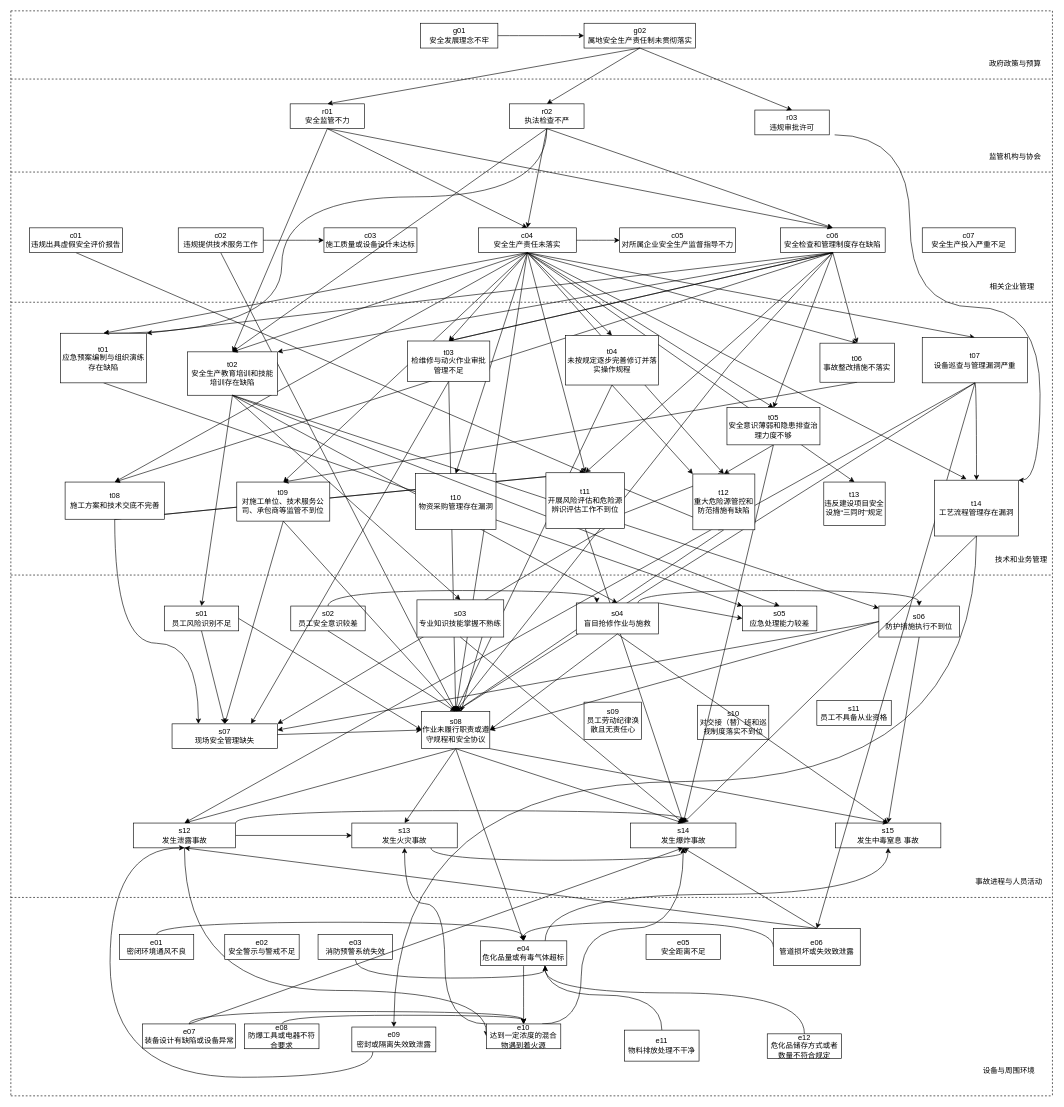
This is 剔除次数少于5.drawio from fangjiarong/docs, a draw.io file, before an edit. Source tidied: cells renumbered, new cells numbered last; positions are measured from the earlier drawing's top-left corner, leaving out a move shared by most shapes. Both pictures are drawn from the tidied source at 62%, with x=0, y=0 at pixel (11, 11).
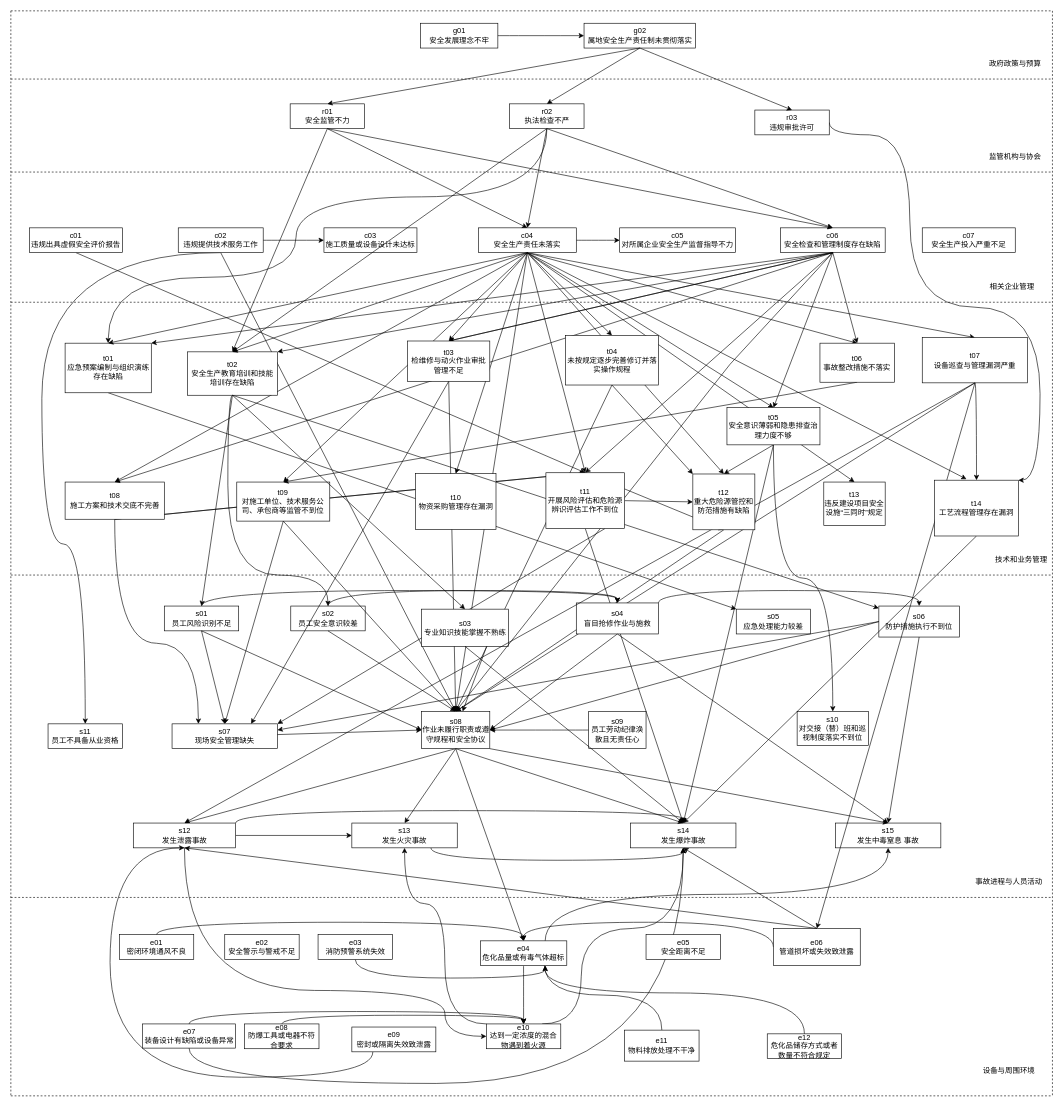
The same page after the edit.

Commit message (it also covers changes not shown here):
更新剔除次数少于5.drawio

Unchanged cells that the change refers to:
```xml
<mxCell id="23" value="r02&lt;br&gt;执法检查不严" style="rounded=0;whiteSpace=wrap;html=1;" parent="1" vertex="1">
  <mxGeometry x="804.5" y="150" width="120" height="40" as="geometry" />
</mxCell>
<mxCell id="27" value="c02&lt;br&gt;违规提供技术服务工作" style="rounded=0;whiteSpace=wrap;html=1;" parent="1" vertex="1">
  <mxGeometry x="270" y="350" width="137" height="40" as="geometry" />
</mxCell>
<mxCell id="36" value="t02&lt;br&gt;安全生产教育培训和技能培训存在缺陷" style="rounded=0;whiteSpace=wrap;html=1;" parent="1" vertex="1">
  <mxGeometry x="284.8" y="550" width="145.2" height="70" as="geometry" />
</mxCell>
<mxCell id="41" value="s04&lt;br&gt;盲目抢修作业与施救" style="rounded=0;whiteSpace=wrap;html=1;" parent="1" vertex="1">
  <mxGeometry x="912" y="955" width="132.5" height="50" as="geometry" />
</mxCell>
<mxCell id="44" value="s08&lt;br&gt;作业未履行职责或遵守规程和安全协议" style="rounded=0;whiteSpace=wrap;html=1;" parent="1" vertex="1">
  <mxGeometry x="662.5" y="1130" width="110" height="60" as="geometry" />
</mxCell>
<mxCell id="46" value="s01&lt;br&gt;员工风险识别不足" style="rounded=0;whiteSpace=wrap;html=1;" parent="1" vertex="1">
  <mxGeometry x="247.5" y="960" width="120" height="40" as="geometry" />
</mxCell>
<mxCell id="48" value="s02&lt;br&gt;员工安全意识较差" style="rounded=0;whiteSpace=wrap;html=1;" parent="1" vertex="1">
  <mxGeometry x="451.5" y="960" width="120" height="40" as="geometry" />
</mxCell>
<mxCell id="57" value="s06&lt;br&gt;防护措施执行不到位" style="rounded=0;whiteSpace=wrap;html=1;" parent="1" vertex="1">
  <mxGeometry x="1400" y="960" width="130" height="50" as="geometry" />
</mxCell>
<mxCell id="62" value="r03&lt;br&gt;违规审批许可" style="rounded=0;whiteSpace=wrap;html=1;" parent="1" vertex="1">
  <mxGeometry x="1200" y="160" width="120" height="40" as="geometry" />
</mxCell>
<mxCell id="69" value="s12&lt;br&gt;发生泄露事故" style="rounded=0;whiteSpace=wrap;html=1;" parent="1" vertex="1">
  <mxGeometry x="197.5" y="1310" width="165" height="40" as="geometry" />
</mxCell>
<mxCell id="72" value="s14&lt;br&gt;发生爆炸事故" style="rounded=0;whiteSpace=wrap;html=1;" parent="1" vertex="1">
  <mxGeometry x="999.5" y="1310" width="170" height="40" as="geometry" />
</mxCell>
<mxCell id="73" value="s15&lt;br&gt;发生中毒窒息 事故" style="rounded=0;whiteSpace=wrap;html=1;" parent="1" vertex="1">
  <mxGeometry x="1330" y="1310" width="170" height="40" as="geometry" />
</mxCell>
<mxCell id="75" value="e09&lt;br&gt;密封或隔离失效致泄露" style="rounded=0;whiteSpace=wrap;html=1;" parent="1" vertex="1">
  <mxGeometry x="550" y="1639" width="135.5" height="40" as="geometry" />
</mxCell>
<mxCell id="77" value="e07&lt;br&gt;装备设计有缺陷或设备异常" style="rounded=0;whiteSpace=wrap;html=1;" parent="1" vertex="1">
  <mxGeometry x="212.5" y="1634" width="150" height="39" as="geometry" />
</mxCell>
<mxCell id="86" value="e10&lt;br&gt;达到一定浓度的混合物遇到着火源" style="rounded=0;whiteSpace=wrap;html=1;" parent="1" vertex="1">
  <mxGeometry x="767" y="1634" width="120" height="40" as="geometry" />
</mxCell>
<mxCell id="163" value="t12&lt;br&gt;重大危险源管控和防范措施有缺陷" style="rounded=0;whiteSpace=wrap;html=1;" parent="1" vertex="1">
  <mxGeometry x="1100" y="747" width="100" height="90" as="geometry" />
</mxCell>
<mxCell id="167" value="t05&lt;br&gt;安全意识薄弱和隐患排查治理力度不够" style="rounded=0;whiteSpace=wrap;html=1;" parent="1" vertex="1">
  <mxGeometry x="1155" y="640" width="150" height="60" as="geometry" />
</mxCell>
<mxCell id="169" value="t14&lt;br&gt;工艺流程管理存在漏洞" style="rounded=0;whiteSpace=wrap;html=1;" parent="1" vertex="1">
  <mxGeometry x="1490" y="757" width="135" height="90" as="geometry" />
</mxCell>
<mxCell id="170" value="t11&lt;br&gt;开展风险评估和危险源辨识评估工作不到位" style="rounded=0;whiteSpace=wrap;html=1;" parent="1" vertex="1">
  <mxGeometry x="863" y="745" width="127" height="90" as="geometry" />
</mxCell>
```

Diff of the diagram source:
```diff
@@
+    <mxCell id="151" style="endArrow=classic;html=1;rounded=0;exitX=0.5;exitY=1;exitDx=0;exitDy=0;entryX=0.5;entryY=0;entryDx=0;entryDy=0;" parent="1" edge="1" source="167" target="72">
+      <mxGeometry relative="1" as="geometry" />
+    </mxCell>
+    <mxCell id="109" style="endArrow=classic;html=1;rounded=0;exitX=0.5;exitY=1;exitDx=0;exitDy=0;entryX=0.5;entryY=0;entryDx=0;entryDy=0;" parent="1" edge="1" source="41" target="73">
+      <mxGeometry relative="1" as="geometry" />
+    </mxCell>
@@
-    <mxCell id="9" style="endArrow=classic;html=1;rounded=0;exitX=0.5;exitY=1;exitDx=0;exitDy=0;entryX=0.5;entryY=0;entryDx=0;entryDy=0;" parent="1" edge="1" source="36" target="41">
-      <mxGeometry relative="1" as="geometry" />
-    </mxCell>
@@
     <mxCell id="22" style="edgeStyle=orthogonalEdgeStyle;curved=1;rounded=0;jettySize=auto;html=1;exitX=0.5;exitY=1;exitDx=0;exitDy=0;entryX=0.5;entryY=0;entryDx=0;entryDy=0;" parent="1" edge="1" source="23" target="35">
       <mxGeometry relative="1" as="geometry">
         <Array as="points">
           <mxPoint x="865" y="300" />
-          <mxPoint x="437" y="300" />
+          <mxPoint x="460" y="300" />
+          <mxPoint x="460" y="430" />
+          <mxPoint x="157" y="430" />
         </Array>
       </mxGeometry>
     </mxCell>
@@
+    <mxCell id="177" style="edgeStyle=orthogonalEdgeStyle;curved=1;rounded=0;jettySize=auto;html=1;exitX=0.5;exitY=1;exitDx=0;exitDy=0;entryX=0.5;entryY=0;entryDx=0;entryDy=0;" parent="1" edge="1" source="27" target="65">
+      <mxGeometry relative="1" as="geometry">
+        <Array as="points">
+          <mxPoint x="50" y="390" />
+          <mxPoint x="50" y="860" />
+          <mxPoint x="120" y="860" />
+        </Array>
+      </mxGeometry>
+    </mxCell>
@@
     <mxCell id="35" value="t01&lt;br&gt;应急预案编制与组织演练存在缺陷" style="rounded=0;whiteSpace=wrap;html=1;" parent="1" vertex="1">
-      <mxGeometry x="80" y="520" width="139" height="80" as="geometry" />
+      <mxGeometry x="87.5" y="536" width="139" height="80" as="geometry" />
     </mxCell>
+    <mxCell id="178" style="edgeStyle=orthogonalEdgeStyle;curved=1;rounded=0;jettySize=auto;html=1;exitX=0.5;exitY=1;exitDx=0;exitDy=0;entryX=0.5;entryY=0;entryDx=0;entryDy=0;" parent="1" edge="1" source="36" target="48">
+      <mxGeometry relative="1" as="geometry">
+        <Array as="points">
+          <mxPoint x="350" y="620" />
+          <mxPoint x="350" y="910" />
+          <mxPoint x="511" y="910" />
+        </Array>
+      </mxGeometry>
+    </mxCell>
@@
-    <mxCell id="40" style="edgeStyle=orthogonalEdgeStyle;curved=1;rounded=0;jettySize=auto;html=1;exitX=0.75;exitY=0;exitDx=0;exitDy=0;entryX=0.5;entryY=0;entryDx=0;entryDy=0;" parent="1" edge="1" source="41" target="57">
+    <mxCell id="40" style="edgeStyle=orthogonalEdgeStyle;curved=1;rounded=0;jettySize=auto;html=1;exitX=1;exitY=0;exitDx=0;exitDy=0;entryX=0.5;entryY=0;entryDx=0;entryDy=0;" parent="1" edge="1" source="41" target="57">
       <mxGeometry relative="1" as="geometry" />
     </mxCell>
@@
     <mxCell id="45" value="s05&lt;br&gt;应急处理能力较差" style="rounded=0;whiteSpace=wrap;html=1;" parent="1" vertex="1">
-      <mxGeometry x="1180" y="960" width="120" height="40" as="geometry" />
+      <mxGeometry x="1170" y="965" width="120" height="40" as="geometry" />
     </mxCell>
+    <mxCell id="179" style="edgeStyle=orthogonalEdgeStyle;curved=1;rounded=0;jettySize=auto;html=1;exitX=0.5;exitY=0;exitDx=0;exitDy=0;entryX=0.5;entryY=0;entryDx=0;entryDy=0;" parent="1" edge="1" source="46" target="41">
+      <mxGeometry relative="1" as="geometry" />
+    </mxCell>
@@
-    <mxCell id="47" style="edgeStyle=orthogonalEdgeStyle;curved=1;rounded=0;jettySize=auto;html=1;exitX=0.5;exitY=0;exitDx=0;exitDy=0;entryX=0.25;entryY=0;entryDx=0;entryDy=0;" parent="1" edge="1" source="48" target="41">
+    <mxCell id="47" style="edgeStyle=orthogonalEdgeStyle;curved=1;rounded=0;jettySize=auto;html=1;exitX=0.5;exitY=0;exitDx=0;exitDy=0;entryX=0.5;entryY=0;entryDx=0;entryDy=0;" parent="1" edge="1" source="48" target="41">
       <mxGeometry relative="1" as="geometry" />
     </mxCell>
@@
+    <mxCell id="180" style="edgeStyle=orthogonalEdgeStyle;curved=1;rounded=0;jettySize=auto;html=1;exitX=0;exitY=0.5;exitDx=0;exitDy=0;entryX=1;entryY=0.5;entryDx=0;entryDy=0;" parent="1" edge="1" source="49" target="44">
+      <mxGeometry relative="1" as="geometry" />
+    </mxCell>
     <mxCell id="49" value="s09&lt;br&gt;员工劳动纪律涣散且无责任心" style="rounded=0;whiteSpace=wrap;html=1;" parent="1" vertex="1">
-      <mxGeometry x="924.5" y="1115" width="92.5" height="60" as="geometry" />
+      <mxGeometry x="932" y="1130" width="92.5" height="60" as="geometry" />
     </mxCell>
     <mxCell id="50" value="s03&lt;br&gt;专业知识技能掌握不熟练" style="rounded=0;whiteSpace=wrap;html=1;" parent="1" vertex="1">
-      <mxGeometry x="655" y="950" width="140" height="60" as="geometry" />
+      <mxGeometry x="662.5" y="965" width="140" height="60" as="geometry" />
     </mxCell>
@@
     <mxCell id="56" value="s10&lt;br&gt;对交接（替）班和巡视制度落实不到位" style="rounded=0;whiteSpace=wrap;html=1;" parent="1" vertex="1">
-      <mxGeometry x="1107.5" y="1120" width="115" height="55" as="geometry" />
+      <mxGeometry x="1268.2" y="1130" width="115" height="55" as="geometry" />
     </mxCell>
@@
-    <mxCell id="61" style="edgeStyle=orthogonalEdgeStyle;curved=1;rounded=0;jettySize=auto;html=1;exitX=0.5;exitY=1;exitDx=0;exitDy=0;entryX=1;entryY=0;entryDx=0;entryDy=0;" parent="1" edge="1" target="169">
+    <mxCell id="61" style="edgeStyle=orthogonalEdgeStyle;curved=1;rounded=0;jettySize=auto;html=1;exitX=1;exitY=0.5;exitDx=0;exitDy=0;entryX=1;entryY=0;entryDx=0;entryDy=0;" parent="1" edge="1" source="62" target="169">
       <mxGeometry relative="1" as="geometry">
-        <mxPoint x="1328.7" y="200" as="sourcePoint" />
         <Array as="points">
+          <mxPoint x="1320" y="200" />
           <mxPoint x="1450" y="200" />
           <mxPoint x="1450" y="478" />
           <mxPoint x="1660" y="478" />
           <mxPoint x="1660" y="757" />
         </Array>
       </mxGeometry>
     </mxCell>
@@
     <mxCell id="65" value="s11&lt;br&gt;员工不具备从业资格" style="rounded=0;whiteSpace=wrap;html=1;" parent="1" vertex="1">
-      <mxGeometry x="1300" y="1112.5" width="120" height="40" as="geometry" />
+      <mxGeometry x="60" y="1150" width="120" height="40" as="geometry" />
     </mxCell>
     <mxCell id="66" style="edgeStyle=orthogonalEdgeStyle;curved=1;rounded=0;jettySize=auto;html=1;exitX=0.5;exitY=1;exitDx=0;exitDy=0;entryX=0;entryY=0.5;entryDx=0;entryDy=0;" parent="1" edge="1" source="69" target="86">
       <mxGeometry relative="1" as="geometry">
         <Array as="points">
           <mxPoint x="280" y="1580" />
-          <mxPoint x="767" y="1580" />
+          <mxPoint x="700" y="1580" />
+          <mxPoint x="700" y="1654" />
         </Array>
       </mxGeometry>
     </mxCell>
@@
+    <mxCell id="130" style="edgeStyle=orthogonalEdgeStyle;curved=1;rounded=0;jettySize=auto;html=1;exitX=0.5;exitY=1;exitDx=0;exitDy=0;entryX=0.5;entryY=1;entryDx=0;entryDy=0;" parent="1" edge="1" source="77" target="72">
+      <mxGeometry relative="1" as="geometry">
+        <Array as="points">
+          <mxPoint x="287" y="1730" />
+          <mxPoint x="1085" y="1730" />
+        </Array>
+      </mxGeometry>
+    </mxCell>
@@
-    <mxCell id="95" style="edgeStyle=orthogonalEdgeStyle;curved=1;rounded=0;jettySize=auto;html=1;exitX=0.5;exitY=1;exitDx=0;exitDy=0;entryX=0.5;entryY=0;entryDx=0;entryDy=0;" parent="1" edge="1" source="169" target="75">
-      <mxGeometry relative="1" as="geometry" />
-    </mxCell>
@@
-    <mxCell id="109" style="endArrow=classic;html=1;rounded=0;exitX=0.5;exitY=1;exitDx=0;exitDy=0;entryX=0.5;entryY=0;entryDx=0;entryDy=0;" parent="1" edge="1" source="41" target="73">
-      <mxGeometry relative="1" as="geometry" />
-    </mxCell>
@@
-    <mxCell id="118" style="endArrow=classic;html=1;rounded=0;exitX=1;exitY=0.5;exitDx=0;exitDy=0;entryX=0;entryY=0.5;entryDx=0;entryDy=0;" parent="1" edge="1" source="46" target="44">
+    <mxCell id="118" style="endArrow=classic;html=1;rounded=0;exitX=0.5;exitY=1;exitDx=0;exitDy=0;entryX=0;entryY=0.5;entryDx=0;entryDy=0;" parent="1" edge="1" source="46" target="44">
       <mxGeometry relative="1" as="geometry" />
     </mxCell>
@@
-    <mxCell id="126" style="endArrow=classic;html=1;rounded=0;exitX=0.5;exitY=1;exitDx=0;exitDy=0;entryX=0.5;entryY=0;entryDx=0;entryDy=0;" parent="1" edge="1" source="36" target="45">
-      <mxGeometry relative="1" as="geometry" />
-    </mxCell>
@@
-    <mxCell id="130" style="endArrow=classic;html=1;rounded=0;exitX=0.5;exitY=0;exitDx=0;exitDy=0;entryX=0.5;entryY=1;entryDx=0;entryDy=0;" parent="1" edge="1" source="77" target="72">
-      <mxGeometry relative="1" as="geometry" />
-    </mxCell>
@@
-    <mxCell id="151" style="endArrow=classic;html=1;rounded=0;exitX=0.5;exitY=1;exitDx=0;exitDy=0;entryX=0.5;entryY=0;entryDx=0;entryDy=0;" parent="1" edge="1" source="167" target="72">
-      <mxGeometry relative="1" as="geometry" />
-    </mxCell>
@@
-    <mxCell id="153" style="endArrow=classic;html=1;rounded=0;exitX=1;exitY=0;exitDx=0;exitDy=0;entryX=0;entryY=0.5;entryDx=0;entryDy=0;" parent="1" edge="1" source="41" target="45">
-      <mxGeometry relative="1" as="geometry" />
-    </mxCell>
@@
-    <mxCell id="162" style="endArrow=classic;html=1;rounded=0;exitX=0.5;exitY=1;exitDx=0;exitDy=0;entryX=0.5;entryY=0;entryDx=0;entryDy=0;" parent="1" edge="1" source="170" target="163">
+    <mxCell id="162" style="endArrow=classic;html=1;rounded=0;entryX=0;entryY=0.5;entryDx=0;entryDy=0;exitX=1;exitY=0.5;exitDx=0;exitDy=0;" parent="1" edge="1" source="170" target="163">
       <mxGeometry relative="1" as="geometry" />
     </mxCell>
@@
+    <mxCell id="181" style="edgeStyle=orthogonalEdgeStyle;curved=1;rounded=0;jettySize=auto;html=1;exitX=0.5;exitY=1;exitDx=0;exitDy=0;entryX=0.5;entryY=0;entryDx=0;entryDy=0;" parent="1" edge="1" source="167" target="56">
+      <mxGeometry relative="1" as="geometry" />
+    </mxCell>
```
